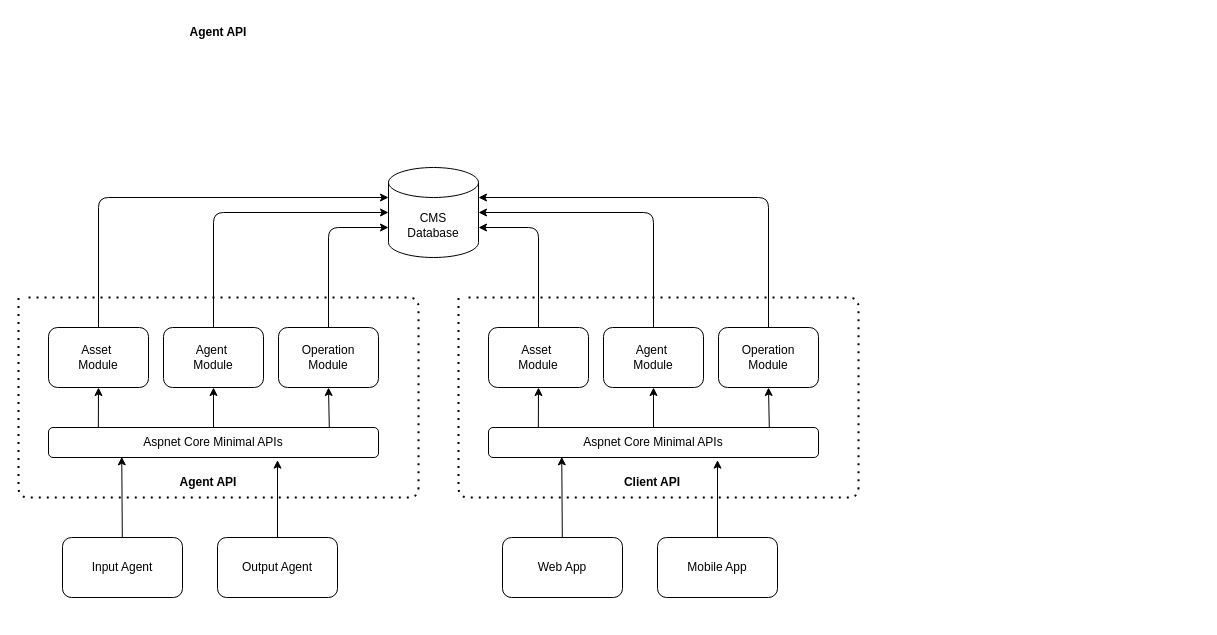
The draw.io diagram page "L3 - Component" (3 of 3) of _docs/c4-diagram.drawio in eyEminYILDIZ/OpenCMS, before the edit. Source tidied: cells renumbered, new cells numbered last; positions are measured from the earlier drawing's top-left corner, leaving out a move shared by most shapes. Both pictures are drawn from the tidied source at 100%, with x=0, y=0 at pixel (18, 17).
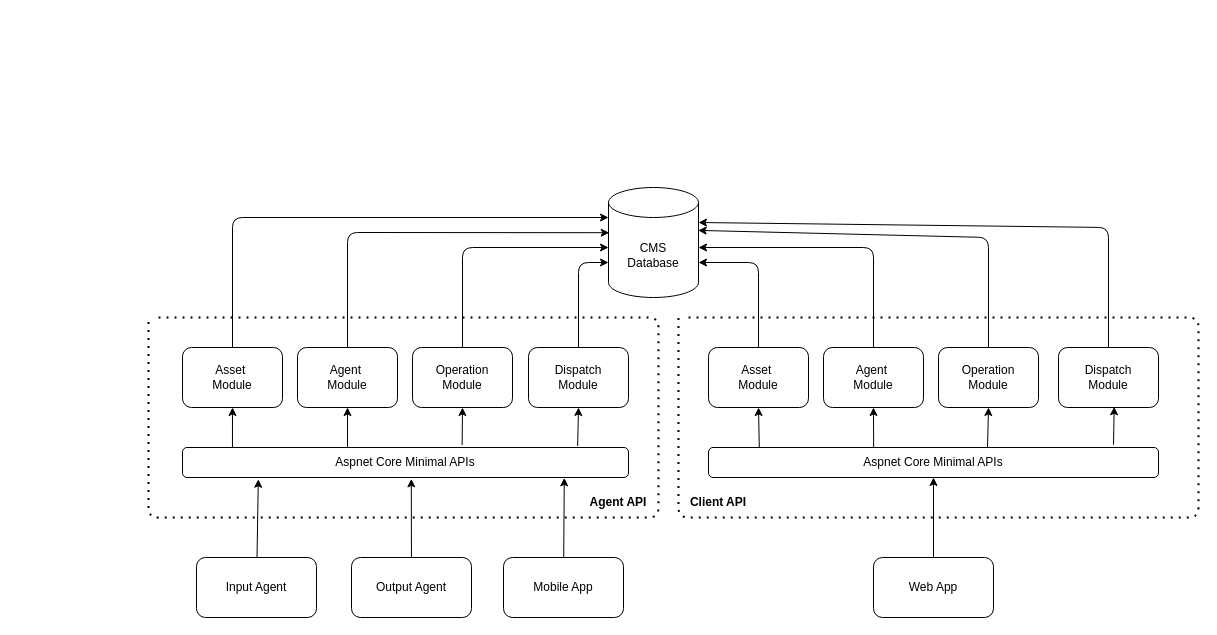
After the change.

Diff of the diagram source:
```diff
@@
     <mxCell id="2" style="endArrow=none;dashed=1;html=1;dashPattern=1 3;strokeWidth=2;" parent="1" edge="1">
       <mxGeometry relative="1" as="geometry">
-        <mxPoint x="10" y="280" as="sourcePoint" />
-        <mxPoint y="280" as="targetPoint" />
+        <mxPoint x="140" y="300" as="sourcePoint" />
+        <mxPoint x="130" y="300" as="targetPoint" />
         <Array as="points">
-          <mxPoint x="400" y="280" />
-          <mxPoint x="400" y="480" />
-          <mxPoint y="480" />
+          <mxPoint x="640" y="300" />
+          <mxPoint x="640" y="500" />
+          <mxPoint x="130" y="500" />
         </Array>
       </mxGeometry>
     </mxCell>
-    <mxCell id="3" style="edgeStyle=none;html=1;entryX=0.5;entryY=1;entryDx=0;entryDy=0;exitX=0.151;exitY=0.061;exitDx=0;exitDy=0;exitPerimeter=0;" parent="1" edge="1" source="6" target="13">
+    <mxCell id="3" style="edgeStyle=none;html=1;entryX=0.5;entryY=1;entryDx=0;entryDy=0;exitX=0.112;exitY=0;exitDx=0;exitDy=0;exitPerimeter=0;" parent="1" edge="1" source="6" target="13">
       <mxGeometry relative="1" as="geometry" />
     </mxCell>
-    <mxCell id="4" style="edgeStyle=none;html=1;entryX=0.5;entryY=1;entryDx=0;entryDy=0;" parent="1" edge="1" source="6" target="14">
+    <mxCell id="4" style="edgeStyle=none;html=1;entryX=0.5;entryY=1;entryDx=0;entryDy=0;exitX=0.37;exitY=-0.021;exitDx=0;exitDy=0;exitPerimeter=0;" parent="1" edge="1" source="6" target="14">
       <mxGeometry relative="1" as="geometry" />
     </mxCell>
-    <mxCell id="5" style="edgeStyle=none;html=1;entryX=0.5;entryY=1;entryDx=0;entryDy=0;exitX=0.851;exitY=0.061;exitDx=0;exitDy=0;exitPerimeter=0;" parent="1" edge="1" source="6" target="15">
+    <mxCell id="5" style="edgeStyle=none;html=1;entryX=0.5;entryY=1;entryDx=0;entryDy=0;exitX=0.627;exitY=-0.083;exitDx=0;exitDy=0;exitPerimeter=0;" parent="1" edge="1" source="6" target="15">
       <mxGeometry relative="1" as="geometry" />
     </mxCell>
+    <mxCell id="36" style="edgeStyle=none;html=1;entryX=0.5;entryY=1;entryDx=0;entryDy=0;exitX=0.886;exitY=-0.052;exitDx=0;exitDy=0;exitPerimeter=0;" parent="1" edge="1" source="6" target="37">
+      <mxGeometry relative="1" as="geometry" />
+    </mxCell>
     <mxCell id="6" value="Aspnet Core Minimal APIs" style="rounded=1;whiteSpace=wrap;html=1;" parent="1" vertex="1">
-      <mxGeometry x="30" y="410" width="330" height="30" as="geometry" />
+      <mxGeometry x="164" y="430" width="446" height="30" as="geometry" />
     </mxCell>
     <mxCell id="7" value="CMS&lt;div&gt;Database&lt;/div&gt;" style="shape=cylinder3;whiteSpace=wrap;html=1;boundedLbl=1;backgroundOutline=1;size=15;" parent="1" vertex="1">
-      <mxGeometry x="370" y="150" width="90" height="90" as="geometry" />
+      <mxGeometry x="590" y="170" width="90" height="110" as="geometry" />
     </mxCell>
-    <mxCell id="8" value="&lt;b&gt;Agent API&lt;/b&gt;" style="text;html=1;align=center;verticalAlign=middle;whiteSpace=wrap;rounded=0;" parent="1" vertex="1">
-      <mxGeometry x="170" width="60" height="30" as="geometry" />
-    </mxCell>
-    <mxCell id="9" style="edgeStyle=none;html=1;entryX=0.222;entryY=0.978;entryDx=0;entryDy=0;entryPerimeter=0;" parent="1" edge="1" source="10" target="6">
+    <mxCell id="9" style="edgeStyle=none;html=1;entryX=0.17;entryY=1.059;entryDx=0;entryDy=0;entryPerimeter=0;" parent="1" edge="1" source="10" target="6">
       <mxGeometry relative="1" as="geometry" />
     </mxCell>
     <mxCell id="10" value="Input Agent" style="rounded=1;whiteSpace=wrap;html=1;" parent="1" vertex="1">
-      <mxGeometry x="44" y="520" width="120" height="60" as="geometry" />
+      <mxGeometry x="178" y="540" width="120" height="60" as="geometry" />
     </mxCell>
-    <mxCell id="11" style="edgeStyle=none;html=1;entryX=0.694;entryY=1.089;entryDx=0;entryDy=0;entryPerimeter=0;" parent="1" edge="1" source="12" target="6">
+    <mxCell id="11" style="edgeStyle=none;html=1;entryX=0.513;entryY=1.044;entryDx=0;entryDy=0;entryPerimeter=0;" parent="1" edge="1" source="12" target="6">
       <mxGeometry relative="1" as="geometry" />
     </mxCell>
     <mxCell id="12" value="Output Agent" style="rounded=1;whiteSpace=wrap;html=1;" parent="1" vertex="1">
-      <mxGeometry x="199" y="520" width="120" height="60" as="geometry" />
+      <mxGeometry x="333" y="540" width="120" height="60" as="geometry" />
     </mxCell>
     <mxCell id="13" value="Asset&amp;nbsp;&lt;div&gt;Module&lt;/div&gt;" style="rounded=1;whiteSpace=wrap;html=1;" parent="1" vertex="1">
-      <mxGeometry x="30" y="310" width="100" height="60" as="geometry" />
+      <mxGeometry x="164" y="330" width="100" height="60" as="geometry" />
     </mxCell>
     <mxCell id="14" value="Agent&amp;nbsp;&lt;div&gt;Module&lt;/div&gt;" style="rounded=1;whiteSpace=wrap;html=1;" parent="1" vertex="1">
-      <mxGeometry x="145" y="310" width="100" height="60" as="geometry" />
+      <mxGeometry x="279" y="330" width="100" height="60" as="geometry" />
     </mxCell>
     <mxCell id="15" value="Operation&lt;div&gt;Module&lt;/div&gt;" style="rounded=1;whiteSpace=wrap;html=1;" parent="1" vertex="1">
-      <mxGeometry x="260" y="310" width="100" height="60" as="geometry" />
+      <mxGeometry x="394" y="330" width="100" height="60" as="geometry" />
     </mxCell>
     <mxCell id="16" style="endArrow=none;dashed=1;html=1;dashPattern=1 3;strokeWidth=2;" parent="1" edge="1">
       <mxGeometry relative="1" as="geometry">
-        <mxPoint x="450" y="280" as="sourcePoint" />
-        <mxPoint x="440" y="280" as="targetPoint" />
+        <mxPoint x="670" y="300" as="sourcePoint" />
+        <mxPoint x="660" y="300" as="targetPoint" />
         <Array as="points">
-          <mxPoint x="840" y="280" />
-          <mxPoint x="840" y="480" />
-          <mxPoint x="440" y="480" />
+          <mxPoint x="1180" y="300" />
+          <mxPoint x="1180" y="500" />
+          <mxPoint x="660" y="500" />
         </Array>
       </mxGeometry>
     </mxCell>
-    <mxCell id="17" style="edgeStyle=none;html=1;entryX=0.5;entryY=1;entryDx=0;entryDy=0;exitX=0.151;exitY=0.061;exitDx=0;exitDy=0;exitPerimeter=0;" parent="1" edge="1" source="20" target="25">
+    <mxCell id="17" style="edgeStyle=none;html=1;entryX=0.5;entryY=1;entryDx=0;entryDy=0;exitX=0.113;exitY=0.065;exitDx=0;exitDy=0;exitPerimeter=0;" parent="1" edge="1" source="20" target="25">
       <mxGeometry relative="1" as="geometry" />
     </mxCell>
-    <mxCell id="18" style="edgeStyle=none;html=1;entryX=0.5;entryY=1;entryDx=0;entryDy=0;" parent="1" edge="1" source="20" target="26">
+    <mxCell id="18" style="edgeStyle=none;html=1;entryX=0.5;entryY=1;entryDx=0;entryDy=0;exitX=0.367;exitY=0;exitDx=0;exitDy=0;exitPerimeter=0;" parent="1" edge="1" source="20" target="26">
       <mxGeometry relative="1" as="geometry" />
     </mxCell>
-    <mxCell id="19" style="edgeStyle=none;html=1;entryX=0.5;entryY=1;entryDx=0;entryDy=0;exitX=0.851;exitY=0.061;exitDx=0;exitDy=0;exitPerimeter=0;" parent="1" edge="1" source="20" target="27">
+    <mxCell id="19" style="edgeStyle=none;html=1;entryX=0.5;entryY=1;entryDx=0;entryDy=0;exitX=0.62;exitY=0;exitDx=0;exitDy=0;exitPerimeter=0;" parent="1" edge="1" source="20" target="27">
       <mxGeometry relative="1" as="geometry" />
     </mxCell>
     <mxCell id="20" value="Aspnet Core Minimal APIs" style="rounded=1;whiteSpace=wrap;html=1;" parent="1" vertex="1">
-      <mxGeometry x="470" y="410" width="330" height="30" as="geometry" />
+      <mxGeometry x="690" y="430" width="450" height="30" as="geometry" />
     </mxCell>
-    <mxCell id="21" style="edgeStyle=none;html=1;entryX=0.222;entryY=0.978;entryDx=0;entryDy=0;entryPerimeter=0;" parent="1" edge="1" source="22" target="20">
+    <mxCell id="21" style="edgeStyle=none;html=1;entryX=0.5;entryY=1;entryDx=0;entryDy=0;" parent="1" edge="1" source="22" target="20">
       <mxGeometry relative="1" as="geometry" />
     </mxCell>
     <mxCell id="22" value="Web App" style="rounded=1;whiteSpace=wrap;html=1;" parent="1" vertex="1">
-      <mxGeometry x="484" y="520" width="120" height="60" as="geometry" />
+      <mxGeometry x="855" y="540" width="120" height="60" as="geometry" />
     </mxCell>
-    <mxCell id="23" style="edgeStyle=none;html=1;entryX=0.694;entryY=1.089;entryDx=0;entryDy=0;entryPerimeter=0;" parent="1" edge="1" source="24" target="20">
+    <mxCell id="23" style="edgeStyle=none;html=1;entryX=0.856;entryY=1.013;entryDx=0;entryDy=0;entryPerimeter=0;" parent="1" edge="1" source="24" target="6">
       <mxGeometry relative="1" as="geometry" />
     </mxCell>
     <mxCell id="24" value="Mobile App" style="rounded=1;whiteSpace=wrap;html=1;" parent="1" vertex="1">
-      <mxGeometry x="639" y="520" width="120" height="60" as="geometry" />
+      <mxGeometry x="485" y="540" width="120" height="60" as="geometry" />
     </mxCell>
     <mxCell id="25" value="Asset&amp;nbsp;&lt;div&gt;Module&lt;/div&gt;" style="rounded=1;whiteSpace=wrap;html=1;" parent="1" vertex="1">
-      <mxGeometry x="470" y="310" width="100" height="60" as="geometry" />
+      <mxGeometry x="690" y="330" width="100" height="60" as="geometry" />
     </mxCell>
     <mxCell id="26" value="Agent&amp;nbsp;&lt;div&gt;Module&lt;/div&gt;" style="rounded=1;whiteSpace=wrap;html=1;" parent="1" vertex="1">
-      <mxGeometry x="585" y="310" width="100" height="60" as="geometry" />
+      <mxGeometry x="805" y="330" width="100" height="60" as="geometry" />
     </mxCell>
     <mxCell id="27" value="Operation&lt;div&gt;Module&lt;/div&gt;" style="rounded=1;whiteSpace=wrap;html=1;" parent="1" vertex="1">
-      <mxGeometry x="700" y="310" width="100" height="60" as="geometry" />
+      <mxGeometry x="920" y="330" width="100" height="60" as="geometry" />
     </mxCell>
-    <mxCell id="28" style="edgeStyle=none;html=1;entryX=0;entryY=0.5;entryDx=0;entryDy=0;entryPerimeter=0;" parent="1" edge="1" source="14" target="7">
+    <mxCell id="28" style="edgeStyle=none;html=1;entryX=0.008;entryY=0.411;entryDx=0;entryDy=0;entryPerimeter=0;" parent="1" edge="1" source="14" target="7">
       <mxGeometry relative="1" as="geometry">
         <Array as="points">
-          <mxPoint x="195" y="195" />
+          <mxPoint x="329" y="215" />
         </Array>
       </mxGeometry>
     </mxCell>
     <mxCell id="29" style="edgeStyle=none;html=1;entryX=0;entryY=0;entryDx=0;entryDy=30;entryPerimeter=0;" parent="1" edge="1" source="13" target="7">
       <mxGeometry relative="1" as="geometry">
         <Array as="points">
-          <mxPoint x="80" y="180" />
+          <mxPoint x="214" y="200" />
         </Array>
       </mxGeometry>
     </mxCell>
     <mxCell id="30" style="edgeStyle=none;html=1;entryX=0;entryY=0;entryDx=0;entryDy=60;entryPerimeter=0;" parent="1" edge="1" source="15" target="7">
       <mxGeometry relative="1" as="geometry">
         <Array as="points">
-          <mxPoint x="310" y="210" />
+          <mxPoint x="444" y="230" />
         </Array>
       </mxGeometry>
     </mxCell>
-    <mxCell id="31" style="edgeStyle=none;html=1;entryX=1;entryY=0;entryDx=0;entryDy=60;entryPerimeter=0;" parent="1" edge="1" source="25" target="7">
+    <mxCell id="31" style="edgeStyle=none;html=1;entryX=1;entryY=0;entryDx=0;entryDy=75;entryPerimeter=0;" parent="1" edge="1" source="25" target="7">
       <mxGeometry relative="1" as="geometry">
         <Array as="points">
-          <mxPoint x="520" y="210" />
+          <mxPoint x="740" y="245" />
         </Array>
       </mxGeometry>
     </mxCell>
-    <mxCell id="32" style="edgeStyle=none;html=1;entryX=1;entryY=0.5;entryDx=0;entryDy=0;entryPerimeter=0;" parent="1" edge="1" source="26" target="7">
+    <mxCell id="32" style="edgeStyle=none;html=1;" parent="1" edge="1" source="26">
       <mxGeometry relative="1" as="geometry">
+        <mxPoint x="680" y="230" as="targetPoint" />
         <Array as="points">
-          <mxPoint x="635" y="195" />
+          <mxPoint x="855" y="230" />
         </Array>
       </mxGeometry>
     </mxCell>
-    <mxCell id="33" style="edgeStyle=none;html=1;entryX=1;entryY=0;entryDx=0;entryDy=30;entryPerimeter=0;" parent="1" edge="1" source="27" target="7">
+    <mxCell id="33" style="edgeStyle=none;html=1;entryX=0.996;entryY=0.39;entryDx=0;entryDy=0;entryPerimeter=0;" parent="1" edge="1" source="27" target="7">
       <mxGeometry relative="1" as="geometry">
         <Array as="points">
-          <mxPoint x="750" y="180" />
+          <mxPoint x="970" y="220" />
         </Array>
       </mxGeometry>
     </mxCell>
     <mxCell id="34" value="&lt;b&gt;Agent API&lt;/b&gt;" style="text;html=1;align=center;verticalAlign=middle;whiteSpace=wrap;rounded=0;" parent="1" vertex="1">
-      <mxGeometry x="160" y="450" width="60" height="30" as="geometry" />
+      <mxGeometry x="570" y="470" width="60" height="30" as="geometry" />
     </mxCell>
     <mxCell id="35" value="&lt;b&gt;Client API&lt;/b&gt;" style="text;html=1;align=center;verticalAlign=middle;whiteSpace=wrap;rounded=0;" parent="1" vertex="1">
-      <mxGeometry x="604" y="450" width="60" height="30" as="geometry" />
+      <mxGeometry x="670" y="470" width="60" height="30" as="geometry" />
     </mxCell>
+    <mxCell id="37" value="Dispatch&lt;div&gt;Module&lt;/div&gt;" style="rounded=1;whiteSpace=wrap;html=1;" parent="1" vertex="1">
+      <mxGeometry x="510" y="330" width="100" height="60" as="geometry" />
+    </mxCell>
+    <mxCell id="38" value="Dispatch&lt;div&gt;Module&lt;/div&gt;" style="rounded=1;whiteSpace=wrap;html=1;" parent="1" vertex="1">
+      <mxGeometry x="1040" y="330" width="100" height="60" as="geometry" />
+    </mxCell>
+    <mxCell id="39" style="edgeStyle=none;html=1;entryX=0.557;entryY=0.988;entryDx=0;entryDy=0;entryPerimeter=0;exitX=0.9;exitY=-0.098;exitDx=0;exitDy=0;exitPerimeter=0;" parent="1" edge="1" source="20" target="38">
+      <mxGeometry relative="1" as="geometry" />
+    </mxCell>
+    <mxCell id="40" style="edgeStyle=none;html=1;entryX=0;entryY=0;entryDx=0;entryDy=75;entryPerimeter=0;" parent="1" edge="1" source="37" target="7">
+      <mxGeometry relative="1" as="geometry">
+        <Array as="points">
+          <mxPoint x="560" y="245" />
+        </Array>
+      </mxGeometry>
+    </mxCell>
+    <mxCell id="41" style="edgeStyle=none;html=1;entryX=1;entryY=0;entryDx=0;entryDy=35;entryPerimeter=0;" parent="1" edge="1" source="38" target="7">
+      <mxGeometry relative="1" as="geometry">
+        <Array as="points">
+          <mxPoint x="1090" y="210" />
+        </Array>
+      </mxGeometry>
+    </mxCell>
```
